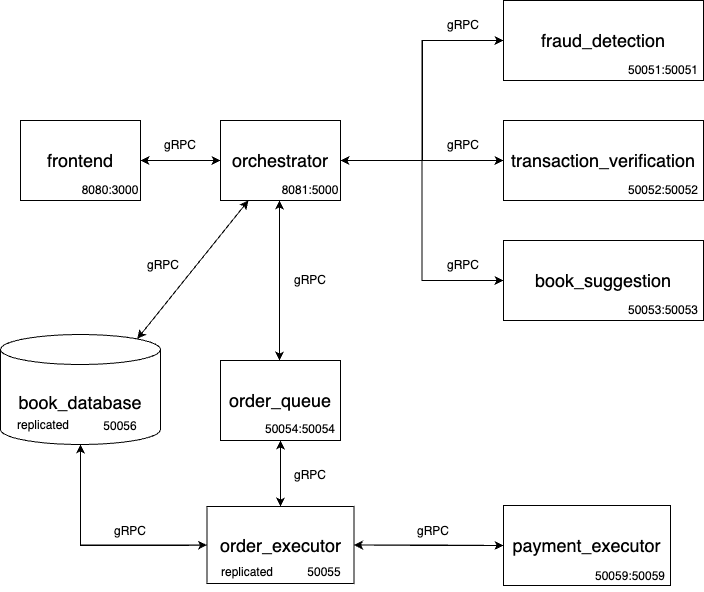
This is diagram_data/final_archtecture_diagram.drawio.png from kuchidareo/ds-practice-2024, a draw.io export, as it was before one commit. Source tidied: cells renumbered, new cells last; positions are measured from the earlier drawing's top-left corner, leaving out a move shared by most shapes. Its diagram source:
```xml
<mxGraphModel>
  <root>
    <mxCell id="0" />
    <mxCell id="1" parent="0" />
    <mxCell id="2" style="edgeStyle=orthogonalEdgeStyle;rounded=0;jettySize=auto;html=1;entryX=0;entryY=0.5;entryDx=0;entryDy=0;" parent="1" edge="1" source="3" target="29">
      <mxGeometry relative="1" as="geometry">
        <Array as="points">
          <mxPoint x="80" y="545" />
          <mxPoint x="183" y="545" />
        </Array>
      </mxGeometry>
    </mxCell>
    <mxCell id="3" value="&lt;font style=&quot;font-size: 18px;&quot;&gt;book_database&lt;/font&gt;" style="shape=cylinder3;whiteSpace=wrap;html=1;boundedLbl=1;backgroundOutline=1;size=15;" parent="1" vertex="1">
      <mxGeometry y="334" width="160" height="110" as="geometry" />
    </mxCell>
    <mxCell id="4" style="edgeStyle=orthogonalEdgeStyle;rounded=0;jettySize=auto;html=1;entryX=1;entryY=0.5;entryDx=0;entryDy=0;" parent="1" edge="1" source="7" target="11">
      <mxGeometry relative="1" as="geometry" />
    </mxCell>
    <mxCell id="5" style="edgeStyle=orthogonalEdgeStyle;rounded=0;jettySize=auto;html=1;entryX=0;entryY=0.5;entryDx=0;entryDy=0;" parent="1" edge="1" source="7" target="12">
      <mxGeometry relative="1" as="geometry" />
    </mxCell>
    <mxCell id="6" style="edgeStyle=orthogonalEdgeStyle;rounded=0;jettySize=auto;html=1;entryX=0;entryY=0.5;entryDx=0;entryDy=0;" parent="1" edge="1" source="7" target="9">
      <mxGeometry relative="1" as="geometry">
        <Array as="points">
          <mxPoint x="422" y="160" />
          <mxPoint x="422" y="40" />
        </Array>
      </mxGeometry>
    </mxCell>
    <mxCell id="7" value="orchestrator" style="rounded=0;whiteSpace=wrap;html=1;fontSize=18;" parent="1" vertex="1">
      <mxGeometry x="220" y="120" width="120" height="80" as="geometry" />
    </mxCell>
    <mxCell id="8" style="edgeStyle=orthogonalEdgeStyle;rounded=0;jettySize=auto;html=1;exitX=0;exitY=0.5;exitDx=0;exitDy=0;entryX=1;entryY=0.5;entryDx=0;entryDy=0;" parent="1" edge="1" source="9" target="7">
      <mxGeometry relative="1" as="geometry" />
    </mxCell>
    <mxCell id="9" value="fraud_detection" style="rounded=0;whiteSpace=wrap;html=1;fontSize=18;" parent="1" vertex="1">
      <mxGeometry x="503" width="200" height="80" as="geometry" />
    </mxCell>
    <mxCell id="10" style="edgeStyle=orthogonalEdgeStyle;rounded=0;jettySize=auto;html=1;exitX=1;exitY=0.5;exitDx=0;exitDy=0;entryX=0;entryY=0.5;entryDx=0;entryDy=0;" parent="1" edge="1" source="11" target="7">
      <mxGeometry relative="1" as="geometry" />
    </mxCell>
    <mxCell id="11" value="frontend" style="rounded=0;whiteSpace=wrap;html=1;fontSize=18;" parent="1" vertex="1">
      <mxGeometry x="20" y="120" width="120" height="80" as="geometry" />
    </mxCell>
    <mxCell id="12" value="transaction_verification" style="rounded=0;html=1;fontSize=18;align=center;whiteSpace=wrap;" parent="1" vertex="1">
      <mxGeometry x="503" y="120" width="200" height="80" as="geometry" />
    </mxCell>
    <mxCell id="13" value="book_suggestion" style="rounded=0;whiteSpace=wrap;html=1;fontSize=18;align=center;" parent="1" vertex="1">
      <mxGeometry x="503" y="240" width="200" height="80" as="geometry" />
    </mxCell>
    <mxCell id="14" style="edgeStyle=orthogonalEdgeStyle;rounded=0;jettySize=auto;html=1;entryX=0;entryY=0.5;entryDx=0;entryDy=0;" parent="1" edge="1" source="7" target="13">
      <mxGeometry relative="1" as="geometry" />
    </mxCell>
    <mxCell id="15" value="8081:5000" style="text;strokeColor=none;align=center;fillColor=none;html=1;verticalAlign=middle;whiteSpace=wrap;rounded=0;" parent="1" vertex="1">
      <mxGeometry x="280" y="175" width="60" height="30" as="geometry" />
    </mxCell>
    <mxCell id="16" value="8080:3000" style="text;strokeColor=none;align=center;fillColor=none;html=1;verticalAlign=middle;whiteSpace=wrap;rounded=0;" parent="1" vertex="1">
      <mxGeometry x="80" y="175" width="60" height="30" as="geometry" />
    </mxCell>
    <mxCell id="17" value="50051:50051" style="text;strokeColor=none;align=center;fillColor=none;html=1;verticalAlign=middle;whiteSpace=wrap;rounded=0;" parent="1" vertex="1">
      <mxGeometry x="623" y="55" width="80" height="30" as="geometry" />
    </mxCell>
    <mxCell id="18" value="50052:50052" style="text;strokeColor=none;align=center;fillColor=none;html=1;verticalAlign=middle;whiteSpace=wrap;rounded=0;" parent="1" vertex="1">
      <mxGeometry x="623" y="175" width="80" height="30" as="geometry" />
    </mxCell>
    <mxCell id="19" value="50053:50053" style="text;strokeColor=none;align=center;fillColor=none;html=1;verticalAlign=middle;whiteSpace=wrap;rounded=0;" parent="1" vertex="1">
      <mxGeometry x="623" y="295" width="80" height="30" as="geometry" />
    </mxCell>
    <mxCell id="20" value="gRPC" style="text;strokeColor=none;align=center;fillColor=none;html=1;verticalAlign=middle;whiteSpace=wrap;rounded=0;" parent="1" vertex="1">
      <mxGeometry x="150" y="130" width="60" height="30" as="geometry" />
    </mxCell>
    <mxCell id="21" value="gRPC" style="text;strokeColor=none;align=center;fillColor=none;html=1;verticalAlign=middle;whiteSpace=wrap;rounded=0;" parent="1" vertex="1">
      <mxGeometry x="433" y="10" width="60" height="30" as="geometry" />
    </mxCell>
    <mxCell id="22" value="gRPC" style="text;strokeColor=none;align=center;fillColor=none;html=1;verticalAlign=middle;whiteSpace=wrap;rounded=0;" parent="1" vertex="1">
      <mxGeometry x="433" y="250" width="60" height="30" as="geometry" />
    </mxCell>
    <mxCell id="23" value="gRPC" style="text;strokeColor=none;align=center;fillColor=none;html=1;verticalAlign=middle;whiteSpace=wrap;rounded=0;" parent="1" vertex="1">
      <mxGeometry x="433" y="130" width="60" height="30" as="geometry" />
    </mxCell>
    <mxCell id="24" style="edgeStyle=orthogonalEdgeStyle;rounded=0;jettySize=auto;html=1;" parent="1" edge="1" source="25" target="29">
      <mxGeometry relative="1" as="geometry" />
    </mxCell>
    <mxCell id="25" value="order_queue" style="rounded=0;whiteSpace=wrap;html=1;fontSize=18;" parent="1" vertex="1">
      <mxGeometry x="220" y="360" width="120" height="80" as="geometry" />
    </mxCell>
    <mxCell id="26" value="50054:50054" style="text;strokeColor=none;align=center;fillColor=none;html=1;verticalAlign=middle;whiteSpace=wrap;rounded=0;" parent="1" vertex="1">
      <mxGeometry x="270" y="414" width="60" height="30" as="geometry" />
    </mxCell>
    <mxCell id="27" style="edgeStyle=orthogonalEdgeStyle;rounded=0;jettySize=auto;html=1;" parent="1" edge="1" source="29" target="25">
      <mxGeometry relative="1" as="geometry" />
    </mxCell>
    <mxCell id="28" style="edgeStyle=orthogonalEdgeStyle;rounded=0;jettySize=auto;html=1;" parent="1" edge="1" source="29" target="32">
      <mxGeometry relative="1" as="geometry" />
    </mxCell>
    <mxCell id="29" value="order_executor" style="rounded=0;whiteSpace=wrap;html=1;fontSize=18;" parent="1" vertex="1">
      <mxGeometry x="206.5" y="506" width="147" height="77" as="geometry" />
    </mxCell>
    <mxCell id="30" value="50055" style="text;strokeColor=none;align=center;fillColor=none;html=1;verticalAlign=middle;whiteSpace=wrap;rounded=0;" parent="1" vertex="1">
      <mxGeometry x="293.5" y="557" width="60" height="30" as="geometry" />
    </mxCell>
    <mxCell id="31" style="edgeStyle=orthogonalEdgeStyle;rounded=0;jettySize=auto;html=1;" parent="1" edge="1" source="32" target="29">
      <mxGeometry relative="1" as="geometry" />
    </mxCell>
    <mxCell id="32" value="payment_executor" style="rounded=0;whiteSpace=wrap;html=1;fontSize=18;" parent="1" vertex="1">
      <mxGeometry x="503" y="505" width="167" height="80" as="geometry" />
    </mxCell>
    <mxCell id="33" value="50059:50059" style="text;strokeColor=none;align=center;fillColor=none;html=1;verticalAlign=middle;whiteSpace=wrap;rounded=0;" parent="1" vertex="1">
      <mxGeometry x="600" y="561" width="60" height="30" as="geometry" />
    </mxCell>
    <mxCell id="34" value="50056" style="text;strokeColor=none;align=center;fillColor=none;html=1;verticalAlign=middle;whiteSpace=wrap;rounded=0;" parent="1" vertex="1">
      <mxGeometry x="90" y="411" width="60" height="30" as="geometry" />
    </mxCell>
    <mxCell id="35" style="endArrow=classic;startArrow=classic;html=1;rounded=0;" parent="1" edge="1">
      <mxGeometry relative="1" as="geometry">
        <mxPoint x="279" y="360" as="sourcePoint" />
        <mxPoint x="279" y="200" as="targetPoint" />
        <Array as="points">
          <mxPoint x="279" y="280" />
        </Array>
      </mxGeometry>
    </mxCell>
    <mxCell id="36" style="endArrow=classic;startArrow=classic;html=1;rounded=0;exitX=0.855;exitY=0;exitDx=0;exitDy=4.35;exitPerimeter=0;" parent="1" edge="1" source="3" target="7">
      <mxGeometry relative="1" as="geometry" />
    </mxCell>
    <mxCell id="37" style="edgeStyle=orthogonalEdgeStyle;rounded=0;jettySize=auto;html=1;entryX=0.5;entryY=1;entryDx=0;entryDy=0;entryPerimeter=0;" parent="1" edge="1" source="29" target="3">
      <mxGeometry relative="1" as="geometry" />
    </mxCell>
    <mxCell id="38" value="gRPC" style="text;strokeColor=none;align=center;fillColor=none;html=1;verticalAlign=middle;whiteSpace=wrap;rounded=0;" parent="1" vertex="1">
      <mxGeometry x="133" y="250" width="60" height="30" as="geometry" />
    </mxCell>
    <mxCell id="39" value="gRPC" style="text;strokeColor=none;align=center;fillColor=none;html=1;verticalAlign=middle;whiteSpace=wrap;rounded=0;" parent="1" vertex="1">
      <mxGeometry x="280" y="265" width="60" height="30" as="geometry" />
    </mxCell>
    <mxCell id="40" value="gRPC" style="text;strokeColor=none;align=center;fillColor=none;html=1;verticalAlign=middle;whiteSpace=wrap;rounded=0;" parent="1" vertex="1">
      <mxGeometry x="280" y="460" width="60" height="30" as="geometry" />
    </mxCell>
    <mxCell id="41" value="gRPC" style="text;strokeColor=none;align=center;fillColor=none;html=1;verticalAlign=middle;whiteSpace=wrap;rounded=0;" parent="1" vertex="1">
      <mxGeometry x="403" y="516" width="60" height="30" as="geometry" />
    </mxCell>
    <mxCell id="42" value="gRPC" style="text;strokeColor=none;align=center;fillColor=none;html=1;verticalAlign=middle;whiteSpace=wrap;rounded=0;" parent="1" vertex="1">
      <mxGeometry x="100" y="516" width="60" height="30" as="geometry" />
    </mxCell>
    <mxCell id="43" value="replicated" style="text;strokeColor=none;align=center;fillColor=none;html=1;verticalAlign=middle;whiteSpace=wrap;rounded=0;" parent="1" vertex="1">
      <mxGeometry x="216.5" y="557" width="60" height="30" as="geometry" />
    </mxCell>
    <mxCell id="44" value="replicated" style="text;strokeColor=none;align=center;fillColor=none;html=1;verticalAlign=middle;whiteSpace=wrap;rounded=0;" parent="1" vertex="1">
      <mxGeometry x="13" y="410" width="60" height="30" as="geometry" />
    </mxCell>
  </root>
</mxGraphModel>
```
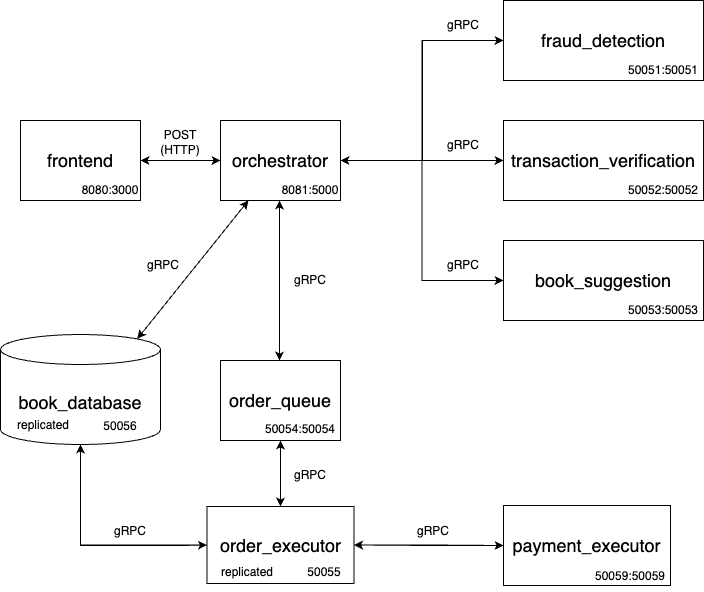
Above is the later version.

Commit message:
Fix the final architecture diagram.

Change to the diagram source:
```diff
@@ -66,8 +66,8 @@
     <mxCell id="19" value="50053:50053" style="text;strokeColor=none;align=center;fillColor=none;html=1;verticalAlign=middle;whiteSpace=wrap;rounded=0;" parent="1" vertex="1">
       <mxGeometry x="623" y="295" width="80" height="30" as="geometry" />
     </mxCell>
-    <mxCell id="20" value="gRPC" style="text;strokeColor=none;align=center;fillColor=none;html=1;verticalAlign=middle;whiteSpace=wrap;rounded=0;" parent="1" vertex="1">
-      <mxGeometry x="150" y="130" width="60" height="30" as="geometry" />
+    <mxCell id="20" value="POST&lt;br&gt;(HTTP)" style="text;strokeColor=none;align=center;fillColor=none;html=1;verticalAlign=middle;whiteSpace=wrap;rounded=0;" parent="1" vertex="1">
+      <mxGeometry x="150" y="127" width="60" height="30" as="geometry" />
     </mxCell>
     <mxCell id="21" value="gRPC" style="text;strokeColor=none;align=center;fillColor=none;html=1;verticalAlign=middle;whiteSpace=wrap;rounded=0;" parent="1" vertex="1">
       <mxGeometry x="433" y="10" width="60" height="30" as="geometry" />
```
